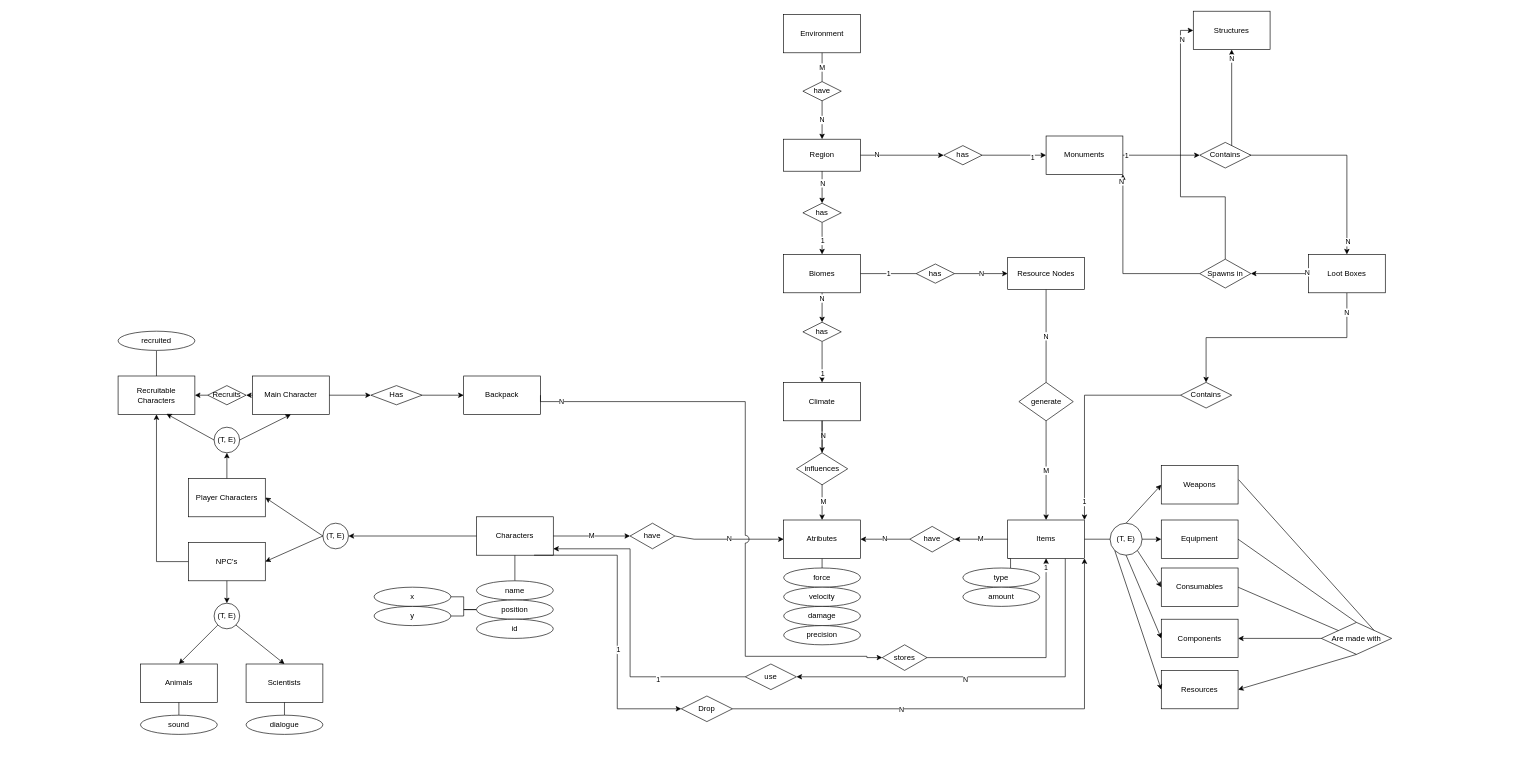
This is 1. Modelo Entidade Relacionamento/MER.drawio from SBD1/Grupo_9_Rust, a draw.io file, before an edit. Source tidied: cells renumbered, new cells numbered last; positions are measured from the earlier drawing's top-left corner, leaving out a move shared by most shapes. Both pictures are drawn from the tidied source at 64%, with x=0, y=0 at pixel (118, 11).
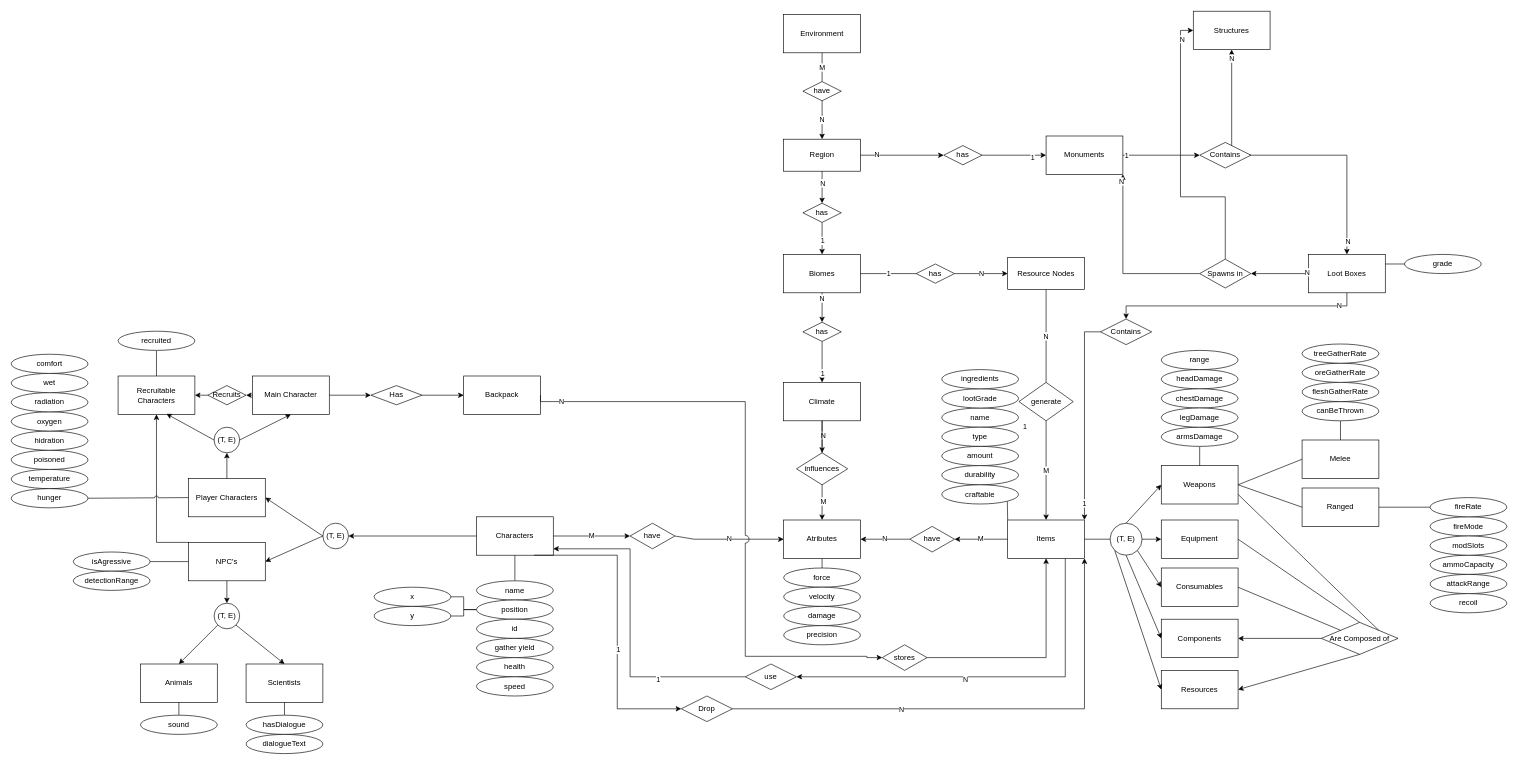
Above is the later version.

Commit message:
updating attributes, doing status effets, weapon attributes, character attributes and other item features

Unchanged cells that the change refers to:
```xml
<mxCell id="5" value="Items" style="rounded=0;whiteSpace=wrap;html=1;" parent="1" vertex="1">
  <mxGeometry x="1390" y="795" width="120" height="60" as="geometry" />
</mxCell>
<mxCell id="10" value="Weapons" style="rounded=0;whiteSpace=wrap;html=1;" parent="1" vertex="1">
  <mxGeometry x="1630" y="710" width="120" height="60" as="geometry" />
</mxCell>
<mxCell id="18" value="Player Characters" style="rounded=0;whiteSpace=wrap;html=1;" parent="1" vertex="1">
  <mxGeometry x="110" y="730" width="120" height="60" as="geometry" />
</mxCell>
<mxCell id="20" value="NPC's" style="rounded=0;whiteSpace=wrap;html=1;" parent="1" vertex="1">
  <mxGeometry x="110" y="830" width="120" height="60" as="geometry" />
</mxCell>
<mxCell id="22" value="Scientists" style="rounded=0;whiteSpace=wrap;html=1;" parent="1" vertex="1">
  <mxGeometry x="200" y="1020" width="120" height="60" as="geometry" />
</mxCell>
<mxCell id="32" value="Recruitable Characters" style="rounded=0;whiteSpace=wrap;html=1;" parent="1" vertex="1">
  <mxGeometry y="570" width="120" height="60" as="geometry" />
</mxCell>
<mxCell id="47" style="edgeStyle=orthogonalEdgeStyle;rounded=0;jettySize=auto;html=1;exitX=1;exitY=0.5;exitDx=0;exitDy=0;entryX=0.5;entryY=1;entryDx=0;entryDy=0;jumpStyle=arc;jumpSize=12;startArrow=none;" parent="1" edge="1" source="126" target="5">
  <mxGeometry relative="1" as="geometry">
    <Array as="points">
      <mxPoint x="1450" y="1010" />
    </Array>
  </mxGeometry>
</mxCell>
<mxCell id="83" value="Loot Boxes" style="rounded=0;whiteSpace=wrap;html=1;" parent="1" vertex="1">
  <mxGeometry x="1860" y="380" width="120" height="60" as="geometry" />
</mxCell>
```

Change to the diagram source:
```diff
@@
-    <mxCell id="4" style="edgeStyle=orthogonalEdgeStyle;rounded=0;jettySize=auto;html=1;exitX=0;exitY=1;exitDx=0;exitDy=0;entryX=0.621;entryY=0.001;entryDx=0;entryDy=0;entryPerimeter=0;startArrow=none;startFill=0;endArrow=none;endFill=0;" parent="1" edge="1" source="5" target="139">
-      <mxGeometry relative="1" as="geometry" />
-    </mxCell>
+    <mxCell id="150" style="edgeStyle=none;rounded=0;jumpStyle=arc;jettySize=auto;html=1;exitX=0;exitY=0;exitDx=0;exitDy=0;entryX=1;entryY=1;entryDx=0;entryDy=0;endArrow=none;endFill=0;" parent="1" edge="1" source="5" target="183">
+      <mxGeometry relative="1" as="geometry" />
+    </mxCell>
@@
+    <mxCell id="151" style="edgeStyle=none;rounded=0;jumpStyle=arc;jettySize=auto;html=1;exitX=1;exitY=0.5;exitDx=0;exitDy=0;entryX=0;entryY=0.5;entryDx=0;entryDy=0;endArrow=none;endFill=0;" parent="1" edge="1" source="10" target="174">
+      <mxGeometry relative="1" as="geometry" />
+    </mxCell>
@@
-    <mxCell id="19" style="edgeStyle=orthogonalEdgeStyle;rounded=0;jumpStyle=arc;jumpSize=12;jettySize=auto;html=1;exitX=0;exitY=0.5;exitDx=0;exitDy=0;entryX=0.5;entryY=1;entryDx=0;entryDy=0;" parent="1" edge="1" source="20" target="32">
-      <mxGeometry relative="1" as="geometry" />
+    <mxCell id="19" style="edgeStyle=orthogonalEdgeStyle;rounded=0;jumpStyle=arc;jumpSize=12;jettySize=auto;html=1;exitX=0;exitY=0;exitDx=0;exitDy=0;entryX=0.5;entryY=1;entryDx=0;entryDy=0;" parent="1" edge="1" source="20" target="32">
+      <mxGeometry relative="1" as="geometry">
+        <Array as="points">
+          <mxPoint x="60" y="830" />
+        </Array>
+      </mxGeometry>
     </mxCell>
@@
-    <mxCell id="48" value="1" style="edgeLabel;html=1;align=center;verticalAlign=middle;" parent="47" vertex="1">
-      <mxGeometry x="0.92" y="1" relative="1" as="geometry" />
-    </mxCell>
@@
     <mxCell id="97" value="Contains" style="rhombus;whiteSpace=wrap;html=1;" parent="1" vertex="1">
-      <mxGeometry x="1660" y="580" width="80" height="40" as="geometry" />
+      <mxGeometry x="1535" y="481" width="80" height="40" as="geometry" />
     </mxCell>
@@
-    <mxCell id="104" value="Are made with" style="rhombus;whiteSpace=wrap;html=1;" parent="1" vertex="1">
-      <mxGeometry x="1880" y="955" width="110" height="50" as="geometry" />
+    <mxCell id="104" value="Are Composed of" style="rhombus;whiteSpace=wrap;html=1;" parent="1" vertex="1">
+      <mxGeometry x="1880" y="955" width="120" height="50" as="geometry" />
     </mxCell>
@@
-    <mxCell id="111" style="endArrow=none;html=1;rounded=0;strokeColor=default;jumpStyle=arc;exitX=1.008;exitY=0.367;exitDx=0;exitDy=0;exitPerimeter=0;entryX=1;entryY=0;entryDx=0;entryDy=0;" parent="1" edge="1" source="10" target="104">
+    <mxCell id="111" style="endArrow=none;html=1;rounded=0;strokeColor=default;jumpStyle=arc;exitX=1;exitY=0.75;exitDx=0;exitDy=0;entryX=1;entryY=0;entryDx=0;entryDy=0;" parent="1" edge="1" source="10" target="104">
       <mxGeometry relative="1" as="geometry" />
     </mxCell>
@@
-    <mxCell id="136" style="edgeStyle=orthogonalEdgeStyle;rounded=0;jettySize=auto;html=1;exitX=0.5;exitY=0;exitDx=0;exitDy=0;entryX=0.5;entryY=1;entryDx=0;entryDy=0;endArrow=none;endFill=0;" parent="1" edge="1" source="137" target="22">
-      <mxGeometry relative="1" as="geometry" />
+    <mxCell id="136" style="edgeStyle=orthogonalEdgeStyle;rounded=0;jettySize=auto;html=1;exitX=0.5;exitY=0;exitDx=0;exitDy=0;entryX=0.5;entryY=1;entryDx=0;entryDy=0;endArrow=none;endFill=0;" parent="1" edge="1" target="22">
+      <mxGeometry relative="1" as="geometry">
+        <mxPoint x="260" y="1100" as="sourcePoint" />
+      </mxGeometry>
     </mxCell>
-    <mxCell id="137" value="dialogue" style="ellipse;whiteSpace=wrap;html=1;" parent="1" vertex="1">
-      <mxGeometry x="200" y="1100" width="120" height="30" as="geometry" />
-    </mxCell>
@@
-    <mxCell id="139" value="type" style="ellipse;whiteSpace=wrap;html=1;" parent="1" vertex="1">
-      <mxGeometry x="1320" y="870" width="120" height="30" as="geometry" />
-    </mxCell>
-    <mxCell id="140" value="amount" style="ellipse;whiteSpace=wrap;html=1;" parent="1" vertex="1">
-      <mxGeometry x="1320" y="900" width="120" height="30" as="geometry" />
-    </mxCell>
@@
+    <mxCell id="152" value="hasDialogue" style="ellipse;whiteSpace=wrap;html=1;" parent="1" vertex="1">
+      <mxGeometry x="200" y="1100" width="120" height="30" as="geometry" />
+    </mxCell>
+    <mxCell id="153" value="isAgressive" style="ellipse;whiteSpace=wrap;html=1;" parent="1" vertex="1">
+      <mxGeometry x="-70" y="845" width="120" height="30" as="geometry" />
+    </mxCell>
+    <mxCell id="154" style="endArrow=none;html=1;rounded=0;entryX=0;entryY=0.5;entryDx=0;entryDy=0;exitX=1;exitY=0.5;exitDx=0;exitDy=0;" parent="1" edge="1" source="153" target="20">
+      <mxGeometry relative="1" as="geometry" />
+    </mxCell>
+    <mxCell id="155" value="gather yield" style="ellipse;whiteSpace=wrap;html=1;" parent="1" vertex="1">
+      <mxGeometry x="560" y="980" width="120" height="30" as="geometry" />
+    </mxCell>
+    <mxCell id="156" value="health" style="ellipse;whiteSpace=wrap;html=1;" parent="1" vertex="1">
+      <mxGeometry x="560" y="1010" width="120" height="30" as="geometry" />
+    </mxCell>
+    <mxCell id="157" value="poisoned" style="ellipse;whiteSpace=wrap;html=1;" parent="1" vertex="1">
+      <mxGeometry x="-167" y="686" width="120" height="30" as="geometry" />
+    </mxCell>
+    <mxCell id="158" value="temperature" style="ellipse;whiteSpace=wrap;html=1;" parent="1" vertex="1">
+      <mxGeometry x="-167" y="716" width="120" height="30" as="geometry" />
+    </mxCell>
+    <mxCell id="159" style="edgeStyle=orthogonalEdgeStyle;rounded=0;jumpStyle=arc;jettySize=auto;html=1;exitX=1;exitY=0.5;exitDx=0;exitDy=0;entryX=0;entryY=0.5;entryDx=0;entryDy=0;endArrow=none;endFill=0;" parent="1" edge="1" source="160" target="18">
+      <mxGeometry relative="1" as="geometry" />
+    </mxCell>
+    <mxCell id="160" value="hunger" style="ellipse;whiteSpace=wrap;html=1;" parent="1" vertex="1">
+      <mxGeometry x="-167" y="746" width="120" height="30" as="geometry" />
+    </mxCell>
+    <mxCell id="161" value="hidration" style="ellipse;whiteSpace=wrap;html=1;" parent="1" vertex="1">
+      <mxGeometry x="-167" y="656" width="120" height="30" as="geometry" />
+    </mxCell>
+    <mxCell id="162" value="oxygen" style="ellipse;whiteSpace=wrap;html=1;" parent="1" vertex="1">
+      <mxGeometry x="-167" y="626" width="120" height="30" as="geometry" />
+    </mxCell>
+    <mxCell id="163" value="radiation" style="ellipse;whiteSpace=wrap;html=1;" parent="1" vertex="1">
+      <mxGeometry x="-167" y="596" width="120" height="30" as="geometry" />
+    </mxCell>
+    <mxCell id="164" value="wet" style="ellipse;whiteSpace=wrap;html=1;" parent="1" vertex="1">
+      <mxGeometry x="-167" y="566" width="120" height="30" as="geometry" />
+    </mxCell>
+    <mxCell id="165" value="comfort" style="ellipse;whiteSpace=wrap;html=1;" parent="1" vertex="1">
+      <mxGeometry x="-167" y="536" width="120" height="30" as="geometry" />
+    </mxCell>
+    <mxCell id="166" value="detectionRange" style="ellipse;whiteSpace=wrap;html=1;" parent="1" vertex="1">
+      <mxGeometry x="-70" y="875" width="120" height="30" as="geometry" />
+    </mxCell>
+    <mxCell id="167" value="grade" style="ellipse;whiteSpace=wrap;html=1;" parent="1" vertex="1">
+      <mxGeometry x="2010" y="380" width="120" height="30" as="geometry" />
+    </mxCell>
+    <mxCell id="168" style="endArrow=none;html=1;rounded=0;jumpStyle=arc;entryX=0;entryY=0.5;entryDx=0;entryDy=0;exitX=1;exitY=0.25;exitDx=0;exitDy=0;" parent="1" edge="1" source="83" target="167">
+      <mxGeometry relative="1" as="geometry" />
+    </mxCell>
+    <mxCell id="169" value="dialogueText" style="ellipse;whiteSpace=wrap;html=1;" parent="1" vertex="1">
+      <mxGeometry x="200" y="1130" width="120" height="30" as="geometry" />
+    </mxCell>
+    <mxCell id="170" value="speed" style="ellipse;whiteSpace=wrap;html=1;" parent="1" vertex="1">
+      <mxGeometry x="560" y="1040" width="120" height="30" as="geometry" />
+    </mxCell>
+    <mxCell id="171" value="fireMode" style="ellipse;whiteSpace=wrap;html=1;" parent="1" vertex="1">
+      <mxGeometry x="2050" y="790" width="120" height="30" as="geometry" />
+    </mxCell>
+    <mxCell id="172" value="fireRate" style="ellipse;whiteSpace=wrap;html=1;" parent="1" vertex="1">
+      <mxGeometry x="2050" y="760" width="120" height="30" as="geometry" />
+    </mxCell>
+    <mxCell id="173" style="edgeStyle=none;rounded=0;jumpStyle=arc;jettySize=auto;html=1;exitX=0.5;exitY=0;exitDx=0;exitDy=0;entryX=0.5;entryY=1;entryDx=0;entryDy=0;endArrow=none;endFill=0;" parent="1" edge="1" source="174" target="193">
+      <mxGeometry relative="1" as="geometry" />
+    </mxCell>
+    <mxCell id="174" value="Melee" style="rounded=0;whiteSpace=wrap;html=1;" parent="1" vertex="1">
+      <mxGeometry x="1850" y="670" width="120" height="60" as="geometry" />
+    </mxCell>
+    <mxCell id="175" style="rounded=0;jumpStyle=arc;jettySize=auto;html=1;exitX=0;exitY=0.5;exitDx=0;exitDy=0;entryX=1;entryY=0.5;entryDx=0;entryDy=0;endArrow=none;endFill=0;" parent="1" edge="1" source="176" target="10">
+      <mxGeometry relative="1" as="geometry" />
+    </mxCell>
+    <mxCell id="176" value="Ranged" style="rounded=0;whiteSpace=wrap;html=1;" parent="1" vertex="1">
+      <mxGeometry x="1850" y="745" width="120" height="60" as="geometry" />
+    </mxCell>
+    <mxCell id="177" style="endArrow=none;html=1;rounded=0;jumpStyle=arc;exitX=1;exitY=0.5;exitDx=0;exitDy=0;" parent="1" edge="1" source="176" target="172">
+      <mxGeometry relative="1" as="geometry" />
+    </mxCell>
+    <mxCell id="178" value="ammoCapacity" style="ellipse;whiteSpace=wrap;html=1;" parent="1" vertex="1">
+      <mxGeometry x="2050" y="850" width="120" height="30" as="geometry" />
+    </mxCell>
+    <mxCell id="179" value="attackRange" style="ellipse;whiteSpace=wrap;html=1;" parent="1" vertex="1">
+      <mxGeometry x="2050" y="880" width="120" height="30" as="geometry" />
+    </mxCell>
+    <mxCell id="180" value="recoil" style="ellipse;whiteSpace=wrap;html=1;" parent="1" vertex="1">
+      <mxGeometry x="2050" y="910" width="120" height="30" as="geometry" />
+    </mxCell>
+    <mxCell id="181" value="name" style="ellipse;whiteSpace=wrap;html=1;" parent="1" vertex="1">
+      <mxGeometry x="1287" y="620" width="120" height="30" as="geometry" />
+    </mxCell>
+    <mxCell id="48" value="1" style="edgeLabel;html=1;align=center;verticalAlign=middle;" parent="1" vertex="1">
+      <mxGeometry x="1416" y="648" as="geometry" />
+    </mxCell>
+    <mxCell id="139" value="type" style="ellipse;whiteSpace=wrap;html=1;" parent="1" vertex="1">
+      <mxGeometry x="1287" y="650" width="120" height="30" as="geometry" />
+    </mxCell>
+    <mxCell id="140" value="amount" style="ellipse;whiteSpace=wrap;html=1;" parent="1" vertex="1">
+      <mxGeometry x="1287" y="680" width="120" height="30" as="geometry" />
+    </mxCell>
+    <mxCell id="182" value="durability" style="ellipse;whiteSpace=wrap;html=1;" parent="1" vertex="1">
+      <mxGeometry x="1287" y="710" width="120" height="30" as="geometry" />
+    </mxCell>
+    <mxCell id="183" value="craftable" style="ellipse;whiteSpace=wrap;html=1;" parent="1" vertex="1">
+      <mxGeometry x="1287" y="740" width="120" height="30" as="geometry" />
+    </mxCell>
+    <mxCell id="184" value="lootGrade" style="ellipse;whiteSpace=wrap;html=1;" parent="1" vertex="1">
+      <mxGeometry x="1287" y="590" width="120" height="30" as="geometry" />
+    </mxCell>
+    <mxCell id="185" style="edgeStyle=none;rounded=0;jumpStyle=arc;jettySize=auto;html=1;exitX=0.5;exitY=1;exitDx=0;exitDy=0;entryX=0.5;entryY=0;entryDx=0;entryDy=0;endArrow=none;endFill=0;" parent="1" edge="1" source="186" target="10">
+      <mxGeometry relative="1" as="geometry" />
+    </mxCell>
+    <mxCell id="186" value="armsDamage" style="ellipse;whiteSpace=wrap;html=1;" parent="1" vertex="1">
+      <mxGeometry x="1630" y="650" width="120" height="30" as="geometry" />
+    </mxCell>
+    <mxCell id="187" value="headDamage" style="ellipse;whiteSpace=wrap;html=1;" parent="1" vertex="1">
+      <mxGeometry x="1630" y="560" width="120" height="30" as="geometry" />
+    </mxCell>
+    <mxCell id="188" value="chestDamage" style="ellipse;whiteSpace=wrap;html=1;" parent="1" vertex="1">
+      <mxGeometry x="1630" y="590" width="120" height="30" as="geometry" />
+    </mxCell>
+    <mxCell id="189" value="legDamage" style="ellipse;whiteSpace=wrap;html=1;" parent="1" vertex="1">
+      <mxGeometry x="1630" y="620" width="120" height="30" as="geometry" />
+    </mxCell>
+    <mxCell id="190" value="modSlots" style="ellipse;whiteSpace=wrap;html=1;" parent="1" vertex="1">
+      <mxGeometry x="2050" y="820" width="120" height="30" as="geometry" />
+    </mxCell>
+    <mxCell id="191" value="ingredients" style="ellipse;whiteSpace=wrap;html=1;" parent="1" vertex="1">
+      <mxGeometry x="1287" y="560" width="120" height="30" as="geometry" />
+    </mxCell>
+    <mxCell id="192" value="range" style="ellipse;whiteSpace=wrap;html=1;" parent="1" vertex="1">
+      <mxGeometry x="1630" y="530" width="120" height="30" as="geometry" />
+    </mxCell>
+    <mxCell id="193" value="canBeThrown" style="ellipse;whiteSpace=wrap;html=1;" parent="1" vertex="1">
+      <mxGeometry x="1850" y="610" width="120" height="30" as="geometry" />
+    </mxCell>
+    <mxCell id="194" value="fleshGatherRate" style="ellipse;whiteSpace=wrap;html=1;" parent="1" vertex="1">
+      <mxGeometry x="1850" y="580" width="120" height="30" as="geometry" />
+    </mxCell>
+    <mxCell id="195" value="oreGatherRate" style="ellipse;whiteSpace=wrap;html=1;" parent="1" vertex="1">
+      <mxGeometry x="1850" y="550" width="120" height="30" as="geometry" />
+    </mxCell>
+    <mxCell id="196" value="treeGatherRate" style="ellipse;whiteSpace=wrap;html=1;" parent="1" vertex="1">
+      <mxGeometry x="1850" y="520" width="120" height="30" as="geometry" />
+    </mxCell>
```
